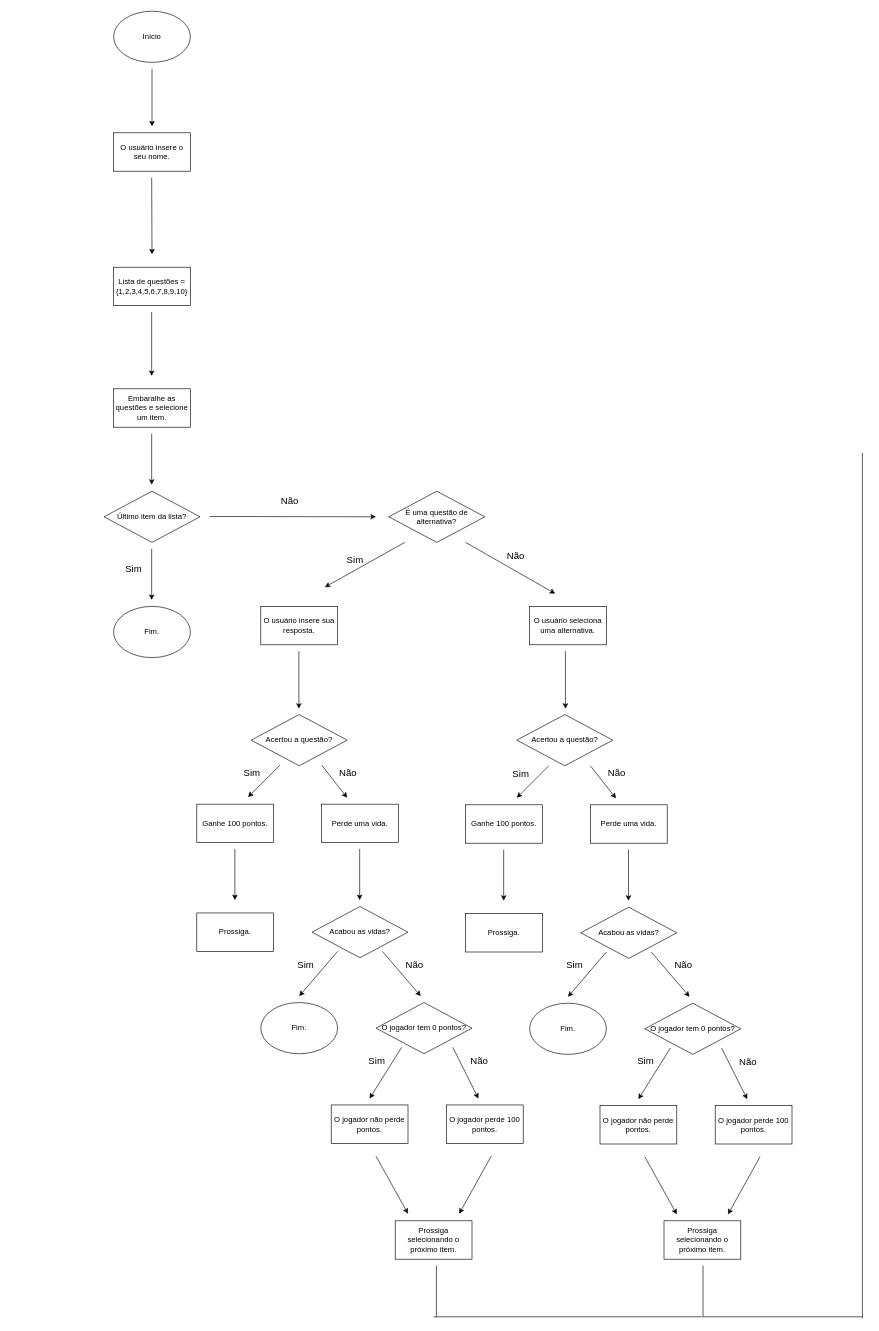
This is Fluxograma (Geometrix).drawio from enzomed/FeiraDeMatematica, a draw.io file, before an edit. Source tidied: cells renumbered, new cells numbered last; positions are measured from the earlier drawing's top-left corner, leaving out a move shared by most shapes. Both pictures are drawn from the tidied source at 64%, with x=0, y=0 at pixel (104, 11).
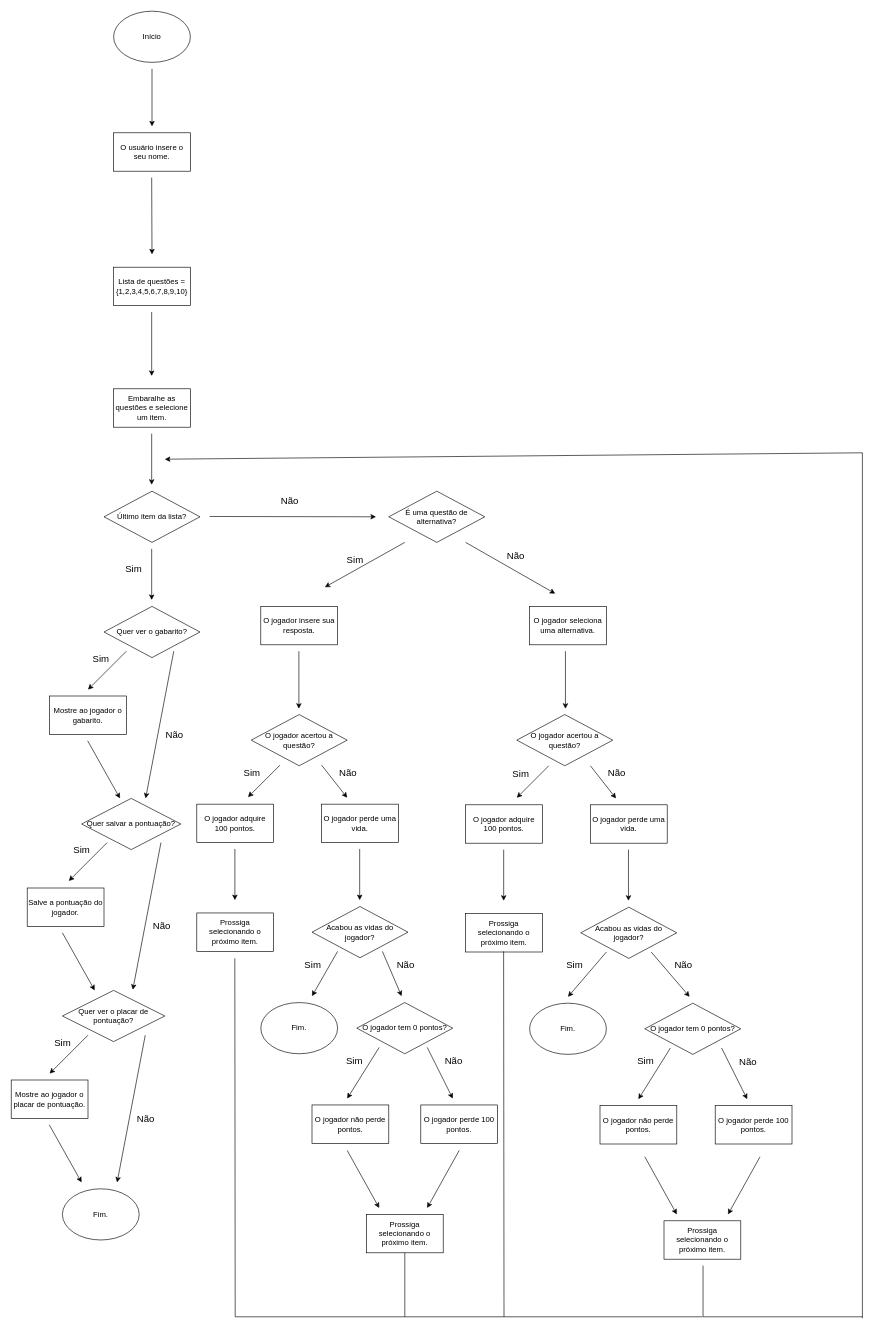
The same diagram, later.

What changed in the source:
```diff
@@
-    <mxCell id="11" value="Fim." style="ellipse;whiteSpace=wrap;html=1;" parent="1" vertex="1">
-      <mxGeometry x="15" y="930" width="120" height="80" as="geometry" />
-    </mxCell>
@@
-    <mxCell id="19" value="O usuário insere sua resposta." style="rounded=0;whiteSpace=wrap;html=1;" parent="1" vertex="1">
+    <mxCell id="19" value="O jogador insere sua resposta." style="rounded=0;whiteSpace=wrap;html=1;" parent="1" vertex="1">
       <mxGeometry x="245" y="930" width="120" height="60" as="geometry" />
     </mxCell>
@@
-    <mxCell id="22" value="O usuário seleciona uma alternativa." style="rounded=0;whiteSpace=wrap;html=1;" parent="1" vertex="1">
+    <mxCell id="22" value="O jogador seleciona uma alternativa." style="rounded=0;whiteSpace=wrap;html=1;" parent="1" vertex="1">
       <mxGeometry x="665" y="930" width="120" height="60" as="geometry" />
     </mxCell>
@@
-    <mxCell id="25" value="Acertou a questão?" style="rhombus;whiteSpace=wrap;html=1;" parent="1" vertex="1">
+    <mxCell id="25" value="O jogador acertou a questão?" style="rhombus;whiteSpace=wrap;html=1;" parent="1" vertex="1">
       <mxGeometry x="230" y="1099" width="150" height="80" as="geometry" />
     </mxCell>
-    <mxCell id="26" value="Acertou a questão?" style="rhombus;whiteSpace=wrap;html=1;" parent="1" vertex="1">
+    <mxCell id="26" value="O jogador acertou a questão?" style="rhombus;whiteSpace=wrap;html=1;" parent="1" vertex="1">
       <mxGeometry x="645" y="1099" width="150" height="80" as="geometry" />
     </mxCell>
@@
-    <mxCell id="31" value="Ganhe 100 pontos." style="rounded=0;whiteSpace=wrap;html=1;" parent="1" vertex="1">
+    <mxCell id="31" value="O jogador adquire 100 pontos." style="rounded=0;whiteSpace=wrap;html=1;" parent="1" vertex="1">
       <mxGeometry x="145" y="1239" width="120" height="60" as="geometry" />
     </mxCell>
@@
-    <mxCell id="33" value="Prossiga." style="rounded=0;whiteSpace=wrap;html=1;" parent="1" vertex="1">
+    <mxCell id="33" value="Prossiga selecionando o próximo item." style="rounded=0;whiteSpace=wrap;html=1;" parent="1" vertex="1">
       <mxGeometry x="145" y="1409" width="120" height="60" as="geometry" />
     </mxCell>
-    <mxCell id="34" value="Perde uma vida." style="rounded=0;whiteSpace=wrap;html=1;" parent="1" vertex="1">
+    <mxCell id="34" value="O jogador perde uma vida." style="rounded=0;whiteSpace=wrap;html=1;" parent="1" vertex="1">
       <mxGeometry x="340" y="1239" width="120" height="60" as="geometry" />
     </mxCell>
@@
-    <mxCell id="36" value="Acabou as vidas?" style="rhombus;whiteSpace=wrap;html=1;" parent="1" vertex="1">
+    <mxCell id="36" value="Acabou as vidas do jogador?" style="rhombus;whiteSpace=wrap;html=1;" parent="1" vertex="1">
       <mxGeometry x="325" y="1399" width="150" height="80" as="geometry" />
     </mxCell>
     <mxCell id="37" style="endArrow=classic;html=1;rounded=0;" parent="1" edge="1">
       <mxGeometry relative="1" as="geometry">
         <mxPoint x="365" y="1469" as="sourcePoint" />
-        <mxPoint x="305" y="1539" as="targetPoint" />
+        <mxPoint x="325" y="1539" as="targetPoint" />
       </mxGeometry>
     </mxCell>
@@
     <mxCell id="40" style="endArrow=classic;html=1;rounded=0;" parent="1" edge="1">
       <mxGeometry relative="1" as="geometry">
         <mxPoint x="435" y="1469" as="sourcePoint" />
-        <mxPoint x="495" y="1539" as="targetPoint" />
+        <mxPoint x="465" y="1539" as="targetPoint" />
       </mxGeometry>
     </mxCell>
@@
     <mxCell id="42" value="O jogador tem 0 pontos?" style="rhombus;whiteSpace=wrap;html=1;" parent="1" vertex="1">
-      <mxGeometry x="425" y="1549" width="150" height="80" as="geometry" />
+      <mxGeometry x="395" y="1549" width="150" height="80" as="geometry" />
     </mxCell>
     <mxCell id="43" style="endArrow=classic;html=1;rounded=0;" parent="1" edge="1">
       <mxGeometry relative="1" as="geometry">
-        <mxPoint x="465" y="1619" as="sourcePoint" />
-        <mxPoint x="415" y="1699" as="targetPoint" />
+        <mxPoint x="430" y="1619" as="sourcePoint" />
+        <mxPoint x="380" y="1699" as="targetPoint" />
       </mxGeometry>
     </mxCell>
@@
     <mxCell id="45" style="endArrow=classic;html=1;rounded=0;" parent="1" edge="1">
       <mxGeometry relative="1" as="geometry">
-        <mxPoint x="545" y="1619" as="sourcePoint" />
-        <mxPoint x="585" y="1699" as="targetPoint" />
+        <mxPoint x="505" y="1619" as="sourcePoint" />
+        <mxPoint x="545" y="1699" as="targetPoint" />
       </mxGeometry>
     </mxCell>
@@
     <mxCell id="47" value="O jogador não perde pontos." style="rounded=0;whiteSpace=wrap;html=1;" parent="1" vertex="1">
-      <mxGeometry x="355" y="1709" width="120" height="60" as="geometry" />
+      <mxGeometry x="325" y="1709" width="120" height="60" as="geometry" />
     </mxCell>
     <mxCell id="48" value="O jogador perde 100 pontos." style="rounded=0;whiteSpace=wrap;html=1;" parent="1" vertex="1">
-      <mxGeometry x="535" y="1709" width="120" height="60" as="geometry" />
+      <mxGeometry x="495" y="1709" width="120" height="60" as="geometry" />
     </mxCell>
     <mxCell id="49" style="endArrow=classic;html=1;rounded=0;" parent="1" edge="1">
       <mxGeometry relative="1" as="geometry">
-        <mxPoint x="425" y="1789" as="sourcePoint" />
-        <mxPoint x="475" y="1879" as="targetPoint" />
+        <mxPoint x="380" y="1780" as="sourcePoint" />
+        <mxPoint x="430" y="1870" as="targetPoint" />
       </mxGeometry>
     </mxCell>
     <mxCell id="50" style="endArrow=classic;html=1;rounded=0;" parent="1" edge="1">
       <mxGeometry relative="1" as="geometry">
-        <mxPoint x="605" y="1789" as="sourcePoint" />
-        <mxPoint x="555" y="1879" as="targetPoint" />
+        <mxPoint x="555" y="1780" as="sourcePoint" />
+        <mxPoint x="505" y="1870" as="targetPoint" />
       </mxGeometry>
     </mxCell>
@@
-    <mxCell id="55" value="Ganhe 100 pontos." style="rounded=0;whiteSpace=wrap;html=1;" parent="1" vertex="1">
+    <mxCell id="55" value="O jogador adquire 100 pontos." style="rounded=0;whiteSpace=wrap;html=1;" parent="1" vertex="1">
       <mxGeometry x="565" y="1240" width="120" height="60" as="geometry" />
     </mxCell>
@@
-    <mxCell id="57" value="Prossiga." style="rounded=0;whiteSpace=wrap;html=1;" parent="1" vertex="1">
+    <mxCell id="57" value="Prossiga selecionando o próximo item." style="rounded=0;whiteSpace=wrap;html=1;" parent="1" vertex="1">
       <mxGeometry x="565" y="1410" width="120" height="60" as="geometry" />
     </mxCell>
-    <mxCell id="58" value="Perde uma vida." style="rounded=0;whiteSpace=wrap;html=1;" parent="1" vertex="1">
+    <mxCell id="58" value="O jogador perde uma vida." style="rounded=0;whiteSpace=wrap;html=1;" parent="1" vertex="1">
       <mxGeometry x="760" y="1240" width="120" height="60" as="geometry" />
     </mxCell>
@@
-    <mxCell id="60" value="Acabou as vidas?" style="rhombus;whiteSpace=wrap;html=1;" parent="1" vertex="1">
+    <mxCell id="60" value="Acabou as vidas do jogador?" style="rhombus;whiteSpace=wrap;html=1;" parent="1" vertex="1">
       <mxGeometry x="745" y="1400" width="150" height="80" as="geometry" />
     </mxCell>
@@
     <mxCell id="75" value="Prossiga selecionando o próximo item." style="rounded=0;whiteSpace=wrap;html=1;" parent="1" vertex="1">
-      <mxGeometry x="455" y="1890" width="120" height="60" as="geometry" />
+      <mxGeometry x="410" y="1880" width="120" height="60" as="geometry" />
     </mxCell>
@@
-    <mxCell id="77" style="endArrow=none;html=1;rounded=0;" parent="1" edge="1">
+    <mxCell id="77" style="endArrow=none;html=1;rounded=0;entryX=0.5;entryY=1;entryDx=0;entryDy=0;" parent="1" edge="1" target="75">
       <mxGeometry relative="1" as="geometry">
-        <mxPoint x="519.4" y="2040" as="sourcePoint" />
-        <mxPoint x="519.4" y="1960" as="targetPoint" />
+        <mxPoint x="470" y="2040" as="sourcePoint" />
       </mxGeometry>
     </mxCell>
@@
+    <mxCell id="82" style="endArrow=classic;html=1;rounded=0;" parent="1" edge="1">
+      <mxGeometry relative="1" as="geometry">
+        <mxPoint x="1185" y="690" as="sourcePoint" />
+        <mxPoint x="95" y="700" as="targetPoint" />
+      </mxGeometry>
+    </mxCell>
+    <mxCell id="83" style="endArrow=none;html=1;rounded=0;" parent="1" edge="1">
+      <mxGeometry relative="1" as="geometry">
+        <mxPoint x="205" y="2040" as="sourcePoint" />
+        <mxPoint x="204.4" y="1480" as="targetPoint" />
+      </mxGeometry>
+    </mxCell>
+    <mxCell id="84" style="endArrow=none;html=1;rounded=0;" parent="1" edge="1">
+      <mxGeometry relative="1" as="geometry">
+        <mxPoint x="205" y="2040" as="sourcePoint" />
+        <mxPoint x="515" y="2040" as="targetPoint" />
+      </mxGeometry>
+    </mxCell>
+    <mxCell id="85" style="endArrow=none;html=1;rounded=0;" parent="1" edge="1">
+      <mxGeometry relative="1" as="geometry">
+        <mxPoint x="625" y="2040" as="sourcePoint" />
+        <mxPoint x="624.4" y="1469" as="targetPoint" />
+      </mxGeometry>
+    </mxCell>
+    <mxCell id="86" value="Quer ver o gabarito?" style="rhombus;whiteSpace=wrap;html=1;" parent="1" vertex="1">
+      <mxGeometry y="930" width="150" height="80" as="geometry" />
+    </mxCell>
+    <mxCell id="87" style="endArrow=classic;html=1;rounded=0;" parent="1" edge="1">
+      <mxGeometry relative="1" as="geometry">
+        <mxPoint x="35" y="1000" as="sourcePoint" />
+        <mxPoint x="-25" y="1060" as="targetPoint" />
+      </mxGeometry>
+    </mxCell>
+    <mxCell id="88" value="&lt;font style=&quot;font-size: 15px;&quot;&gt;Sim&lt;/font&gt;" style="edgeLabel;html=1;align=center;verticalAlign=middle;" parent="87" vertex="1">
+      <mxGeometry x="-0.13" y="-3" relative="1" as="geometry">
+        <mxPoint x="-12" y="-14" as="offset" />
+      </mxGeometry>
+    </mxCell>
+    <mxCell id="89" style="endArrow=classic;html=1;rounded=0;" parent="1" edge="1">
+      <mxGeometry relative="1" as="geometry">
+        <mxPoint x="109" y="1000" as="sourcePoint" />
+        <mxPoint x="65" y="1230" as="targetPoint" />
+      </mxGeometry>
+    </mxCell>
+    <mxCell id="90" value="&lt;font style=&quot;font-size: 15px;&quot;&gt;Não&lt;/font&gt;" style="edgeLabel;html=1;align=center;verticalAlign=middle;" parent="89" vertex="1">
+      <mxGeometry x="-0.27" relative="1" as="geometry">
+        <mxPoint x="16" y="46" as="offset" />
+      </mxGeometry>
+    </mxCell>
+    <mxCell id="91" value="Mostre ao jogador o gabarito." style="rounded=0;whiteSpace=wrap;html=1;" parent="1" vertex="1">
+      <mxGeometry x="-85" y="1070" width="120" height="60" as="geometry" />
+    </mxCell>
+    <mxCell id="92" style="endArrow=classic;html=1;rounded=0;" parent="1" edge="1">
+      <mxGeometry relative="1" as="geometry">
+        <mxPoint x="-25.5" y="1140" as="sourcePoint" />
+        <mxPoint x="25" y="1230" as="targetPoint" />
+      </mxGeometry>
+    </mxCell>
+    <mxCell id="93" value="Quer salvar a pontuação?" style="rhombus;whiteSpace=wrap;html=1;" parent="1" vertex="1">
+      <mxGeometry x="-35" y="1230" width="155" height="80" as="geometry" />
+    </mxCell>
+    <mxCell id="94" style="endArrow=classic;html=1;rounded=0;" parent="1" edge="1">
+      <mxGeometry relative="1" as="geometry">
+        <mxPoint x="5" y="1299" as="sourcePoint" />
+        <mxPoint x="-55" y="1359" as="targetPoint" />
+      </mxGeometry>
+    </mxCell>
+    <mxCell id="95" value="&lt;font style=&quot;font-size: 15px;&quot;&gt;Sim&lt;/font&gt;" style="edgeLabel;html=1;align=center;verticalAlign=middle;" parent="94" vertex="1">
+      <mxGeometry x="-0.13" y="-3" relative="1" as="geometry">
+        <mxPoint x="-12" y="-14" as="offset" />
+      </mxGeometry>
+    </mxCell>
+    <mxCell id="96" value="Salve a pontuação do jogador." style="rounded=0;whiteSpace=wrap;html=1;" parent="1" vertex="1">
+      <mxGeometry x="-120" y="1370" width="120" height="60" as="geometry" />
+    </mxCell>
+    <mxCell id="97" style="endArrow=classic;html=1;rounded=0;" parent="1" edge="1">
+      <mxGeometry relative="1" as="geometry">
+        <mxPoint x="-65" y="1440" as="sourcePoint" />
+        <mxPoint x="-14.5" y="1530" as="targetPoint" />
+      </mxGeometry>
+    </mxCell>
+    <mxCell id="98" style="endArrow=classic;html=1;rounded=0;" parent="1" edge="1">
+      <mxGeometry relative="1" as="geometry">
+        <mxPoint x="89" y="1299" as="sourcePoint" />
+        <mxPoint x="45" y="1529" as="targetPoint" />
+      </mxGeometry>
+    </mxCell>
+    <mxCell id="99" value="&lt;font style=&quot;font-size: 15px;&quot;&gt;Não&lt;/font&gt;" style="edgeLabel;html=1;align=center;verticalAlign=middle;" parent="98" vertex="1">
+      <mxGeometry x="-0.27" relative="1" as="geometry">
+        <mxPoint x="16" y="46" as="offset" />
+      </mxGeometry>
+    </mxCell>
+    <mxCell id="100" value="Quer ver o placar de pontuação?" style="rhombus;whiteSpace=wrap;html=1;" parent="1" vertex="1">
+      <mxGeometry x="-65" y="1530" width="160" height="80" as="geometry" />
+    </mxCell>
+    <mxCell id="101" style="endArrow=classic;html=1;rounded=0;" parent="1" edge="1">
+      <mxGeometry relative="1" as="geometry">
+        <mxPoint x="-25" y="1600" as="sourcePoint" />
+        <mxPoint x="-85" y="1660" as="targetPoint" />
+      </mxGeometry>
+    </mxCell>
+    <mxCell id="102" value="&lt;font style=&quot;font-size: 15px;&quot;&gt;Sim&lt;/font&gt;" style="edgeLabel;html=1;align=center;verticalAlign=middle;" parent="101" vertex="1">
+      <mxGeometry x="-0.13" y="-3" relative="1" as="geometry">
+        <mxPoint x="-12" y="-14" as="offset" />
+      </mxGeometry>
+    </mxCell>
+    <mxCell id="103" value="Mostre ao jogador o placar de pontuação." style="rounded=0;whiteSpace=wrap;html=1;" parent="1" vertex="1">
+      <mxGeometry x="-145" y="1670" width="120" height="60" as="geometry" />
+    </mxCell>
+    <mxCell id="104" style="endArrow=classic;html=1;rounded=0;" parent="1" edge="1">
+      <mxGeometry relative="1" as="geometry">
+        <mxPoint x="-85.5" y="1740" as="sourcePoint" />
+        <mxPoint x="-35" y="1830" as="targetPoint" />
+      </mxGeometry>
+    </mxCell>
+    <mxCell id="105" style="endArrow=classic;html=1;rounded=0;" parent="1" edge="1">
+      <mxGeometry relative="1" as="geometry">
+        <mxPoint x="64.5" y="1600" as="sourcePoint" />
+        <mxPoint x="20.5" y="1830" as="targetPoint" />
+      </mxGeometry>
+    </mxCell>
+    <mxCell id="106" value="&lt;font style=&quot;font-size: 15px;&quot;&gt;Não&lt;/font&gt;" style="edgeLabel;html=1;align=center;verticalAlign=middle;" parent="105" vertex="1">
+      <mxGeometry x="-0.27" relative="1" as="geometry">
+        <mxPoint x="16" y="46" as="offset" />
+      </mxGeometry>
+    </mxCell>
+    <mxCell id="11" value="Fim." style="ellipse;whiteSpace=wrap;html=1;" parent="1" vertex="1">
+      <mxGeometry x="-65" y="1840" width="120" height="80" as="geometry" />
+    </mxCell>
```
